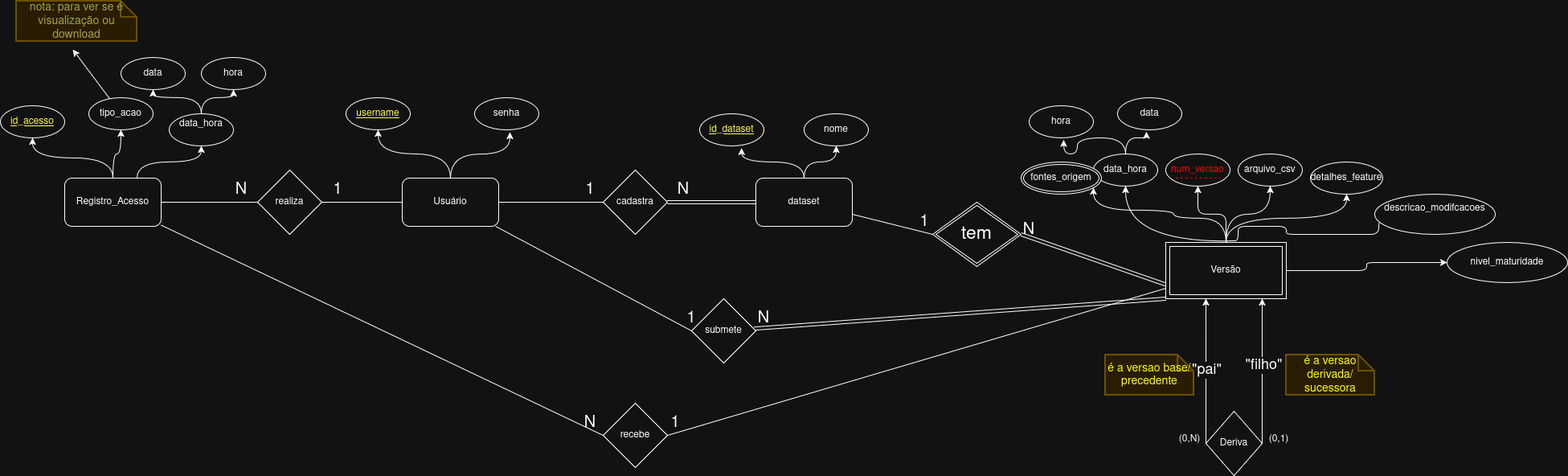
This is docs/Diagrama_ER_ProjetoFeatureStore.png from NicohOliveira/db-project-feature-store, a draw.io export, as it was before one commit. Source tidied: cells renumbered, new cells last; positions are measured from the earlier drawing's top-left corner, leaving out a move shared by most shapes.
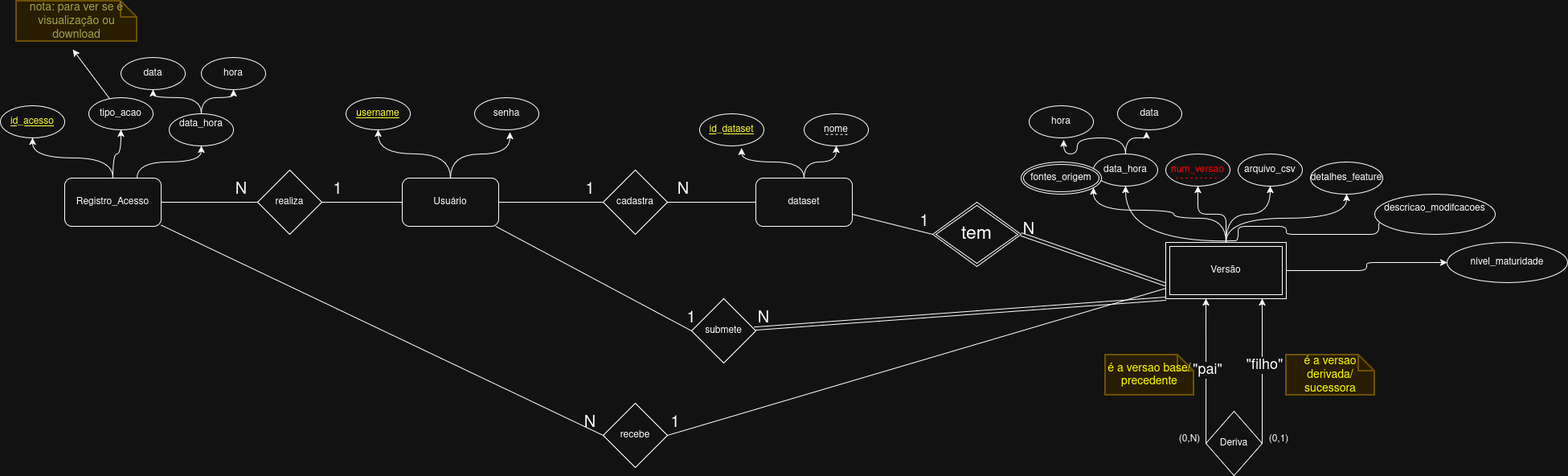
After the commit.

The edit, as a diff of the source:
```diff
@@ -62,7 +62,7 @@
     <mxCell id="21" value="N" style="text;html=1;whiteSpace=wrap;strokeColor=none;fillColor=none;align=center;verticalAlign=middle;rounded=0;fontSize=20;" parent="1" vertex="1">
       <mxGeometry x="820" y="220" width="60" height="30" as="geometry" />
     </mxCell>
-    <mxCell id="22" style="rounded=0;jettySize=auto;html=1;entryX=1;entryY=0.5;entryDx=0;entryDy=0;shape=link;" parent="1" edge="1" source="11" target="19">
+    <mxCell id="22" style="rounded=0;jettySize=auto;html=1;entryX=1;entryY=0.5;entryDx=0;entryDy=0;endArrow=none;endFill=0;" parent="1" edge="1" source="11" target="19">
       <mxGeometry relative="1" as="geometry" />
     </mxCell>
     <mxCell id="23" style="edgeStyle=orthogonalEdgeStyle;rounded=0;jettySize=auto;html=1;curved=1;exitX=0.497;exitY=-0.022;exitDx=0;exitDy=0;exitPerimeter=0;" parent="1" edge="1" source="31" target="16">
@@ -266,5 +266,11 @@
     <mxCell id="78" value="nivel_maturidade" style="ellipse;whiteSpace=wrap;html=1;fontStyle=0;" parent="1" vertex="1">
       <mxGeometry x="1800" y="300" width="150" height="50" as="geometry" />
     </mxCell>
+    <mxCell id="79" style="endArrow=none;dashed=1;html=1;rounded=0;" parent="1" edge="1">
+      <mxGeometry relative="1" as="geometry">
+        <mxPoint x="1027" y="165.7" as="sourcePoint" />
+        <mxPoint x="1057" y="165.7" as="targetPoint" />
+      </mxGeometry>
+    </mxCell>
   </root>
 </mxGraphModel>
```
